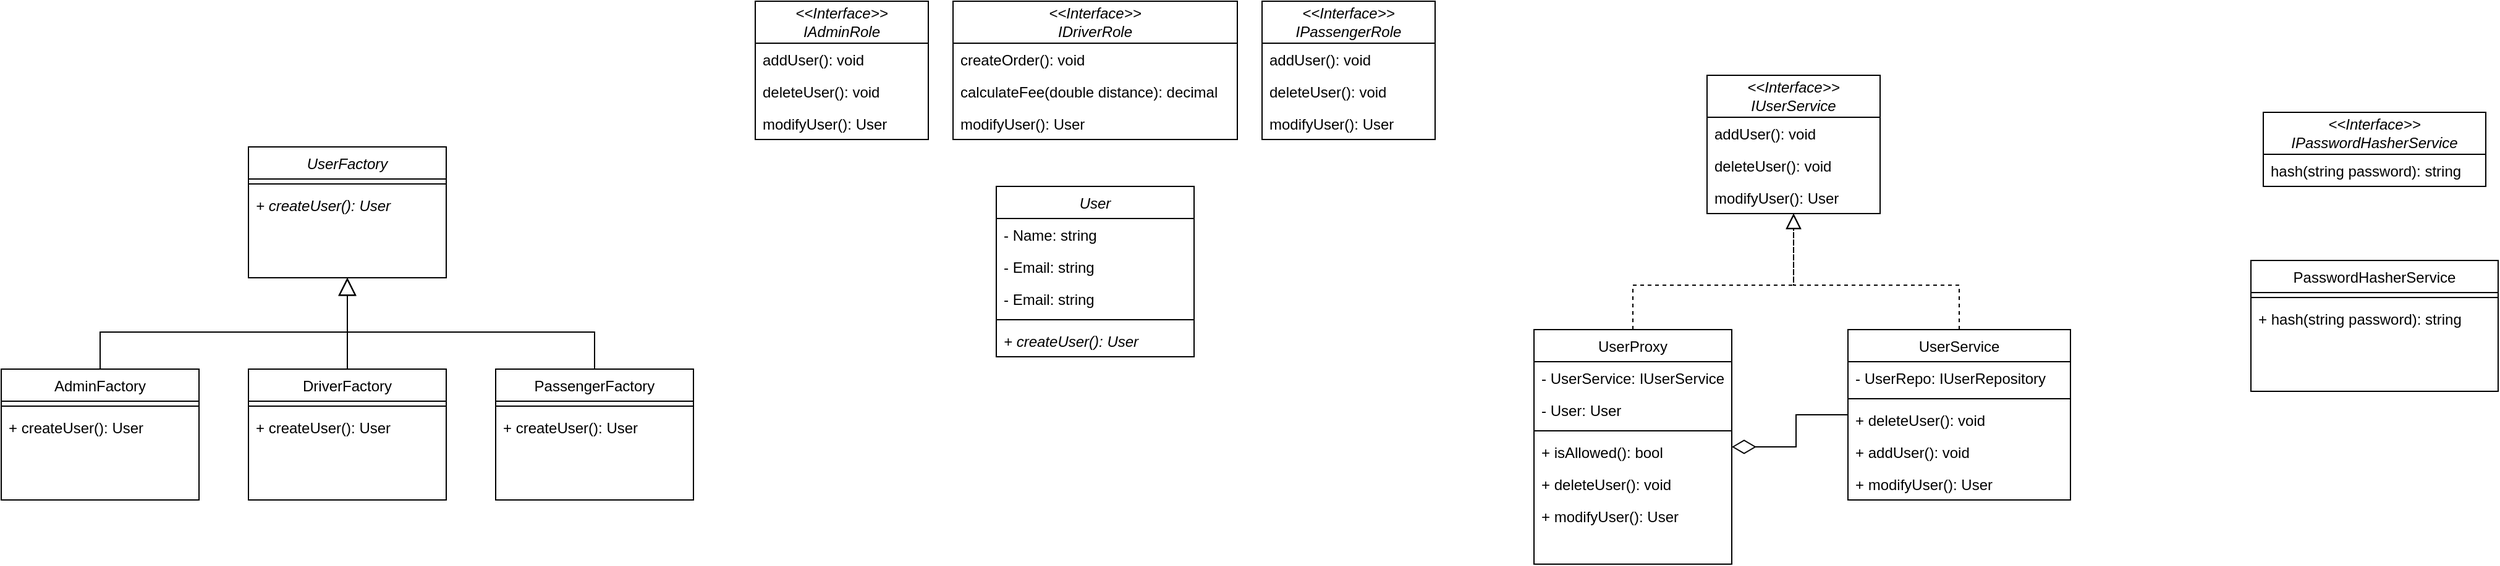
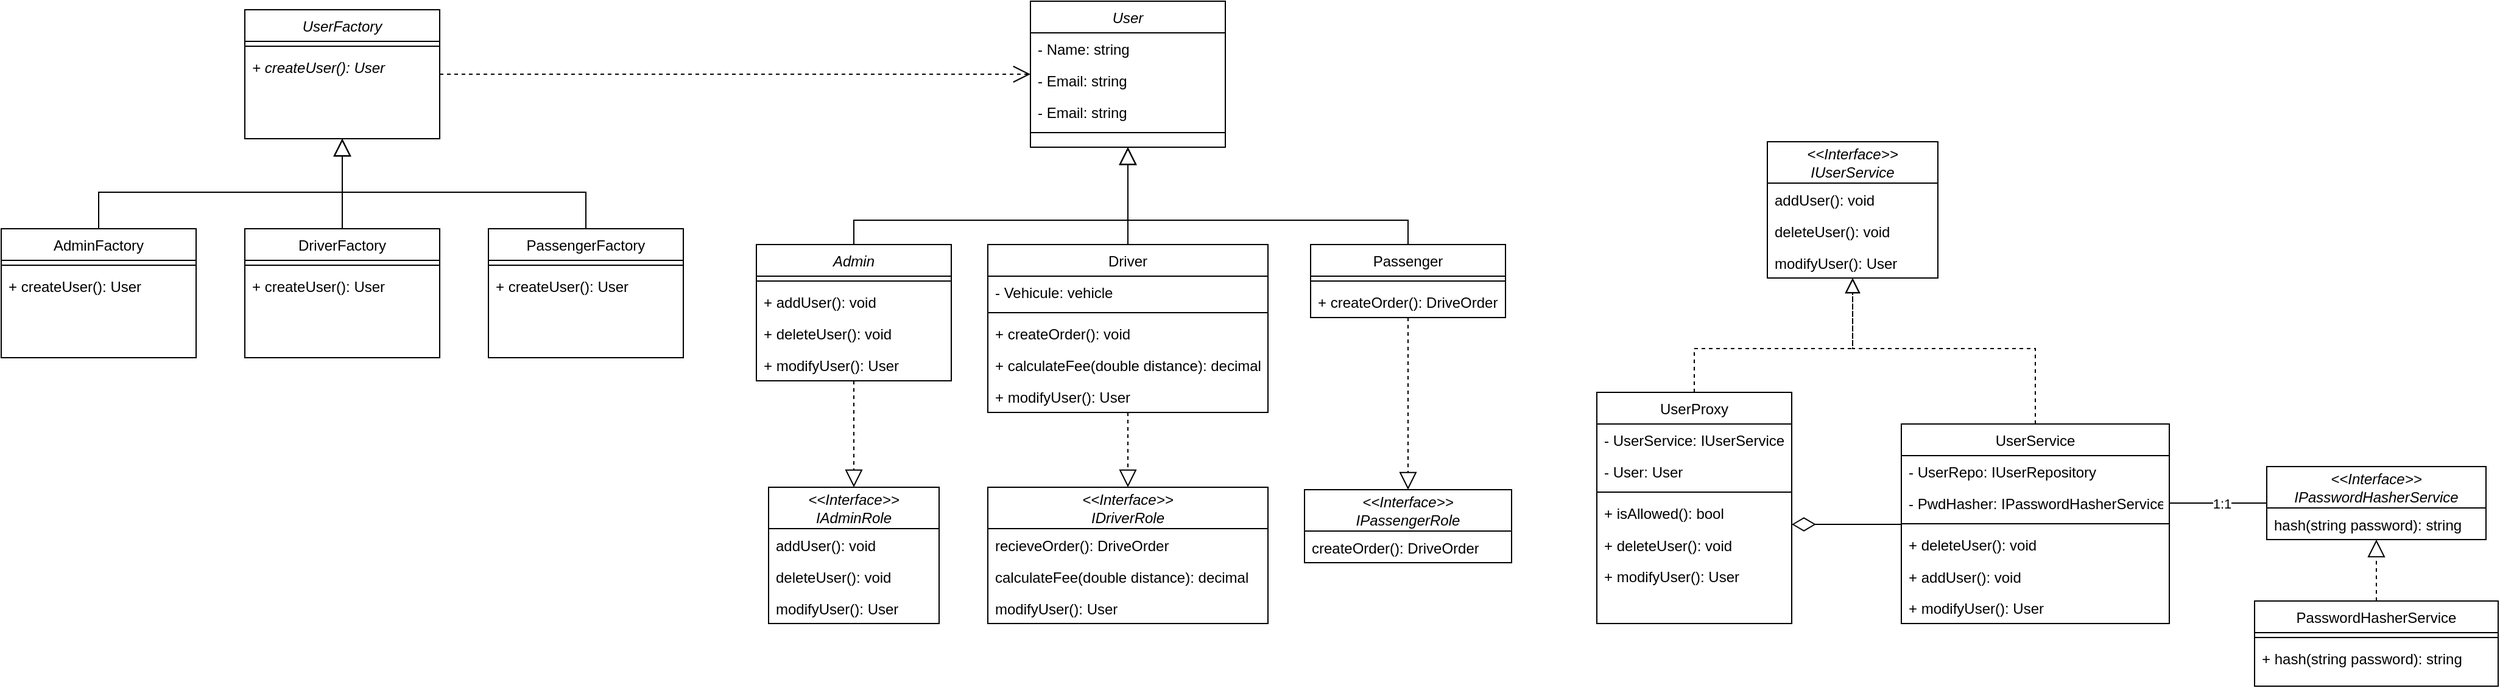
<mxfile host="app.diagrams.net" agent="Mozilla/5.0 (Windows NT 10.0; Win64; x64) AppleWebKit/537.36 (KHTML, like Gecko) Chrome/146.0.0.0 Safari/537.36">
  <diagram id="C5RBs43oDa-KdzZeNtuy" name="Page-1">
-     <mxGraphModel dx="3714" dy="1160" grid="1" gridSize="10" guides="1" tooltips="1" connect="1" arrows="1" fold="1" page="1" pageScale="1" pageWidth="827" pageHeight="1169" math="0" shadow="0">
+     <mxGraphModel dx="3714" dy="1068" grid="1" gridSize="10" guides="1" tooltips="1" connect="1" arrows="1" fold="1" page="1" pageScale="1" pageWidth="827" pageHeight="1169" math="0" shadow="0">
      <root>
        <mxCell id="WIyWlLk6GJQsqaUBKTNV-0" />
        <mxCell id="WIyWlLk6GJQsqaUBKTNV-1" parent="WIyWlLk6GJQsqaUBKTNV-0" />
        <mxCell id="_62GNf519FxYAiTIDluk-24" edge="1" parent="WIyWlLk6GJQsqaUBKTNV-1" source="zkfFHV4jXpPFQw0GAbJ--6" style="edgeStyle=orthogonalEdgeStyle;rounded=0;orthogonalLoop=1;jettySize=auto;html=1;startArrow=diamondThin;startFill=0;endArrow=none;endFill=0;startSize=17;" target="zkfFHV4jXpPFQw0GAbJ--13">
-           <mxGeometry relative="1" as="geometry" />
+           <mxGeometry relative="1" as="geometry">
+             <Array as="points">
+               <mxPoint x="610" y="430" />
+               <mxPoint x="610" y="430" />
+             </Array>
+           </mxGeometry>
        </mxCell>
        <mxCell id="zkfFHV4jXpPFQw0GAbJ--6" parent="WIyWlLk6GJQsqaUBKTNV-1" style="swimlane;fontStyle=0;align=center;verticalAlign=top;childLayout=stackLayout;horizontal=1;startSize=26;horizontalStack=0;resizeParent=1;resizeLast=0;collapsible=1;marginBottom=0;rounded=0;shadow=0;strokeWidth=1;" value="UserProxy" vertex="1">
-           <mxGeometry height="190" width="160" x="340" y="296" as="geometry">
+           <mxGeometry height="190" width="160" x="410" y="321.5" as="geometry">
            <mxRectangle height="26" width="160" x="130" y="380" as="alternateBounds" />
          </mxGeometry>
        </mxCell>
        <mxCell id="zkfFHV4jXpPFQw0GAbJ--7" parent="zkfFHV4jXpPFQw0GAbJ--6" style="text;align=left;verticalAlign=top;spacingLeft=4;spacingRight=4;overflow=hidden;rotatable=0;points=[[0,0.5],[1,0.5]];portConstraint=eastwest;" value="- UserService: IUserService" vertex="1">
          <mxGeometry height="26" width="160" y="26" as="geometry" />
        </mxCell>
        <mxCell id="_62GNf519FxYAiTIDluk-8" parent="zkfFHV4jXpPFQw0GAbJ--6" style="text;align=left;verticalAlign=top;spacingLeft=4;spacingRight=4;overflow=hidden;rotatable=0;points=[[0,0.5],[1,0.5]];portConstraint=eastwest;" value="- User: User" vertex="1">
          <mxGeometry height="26" width="160" y="52" as="geometry" />
        </mxCell>
        <mxCell id="zkfFHV4jXpPFQw0GAbJ--9" parent="zkfFHV4jXpPFQw0GAbJ--6" style="line;html=1;strokeWidth=1;align=left;verticalAlign=middle;spacingTop=-1;spacingLeft=3;spacingRight=3;rotatable=0;labelPosition=right;points=[];portConstraint=eastwest;" value="" vertex="1">
          <mxGeometry height="8" width="160" y="78" as="geometry" />
        </mxCell>
        <mxCell id="zkfFHV4jXpPFQw0GAbJ--11" parent="zkfFHV4jXpPFQw0GAbJ--6" style="text;align=left;verticalAlign=top;spacingLeft=4;spacingRight=4;overflow=hidden;rotatable=0;points=[[0,0.5],[1,0.5]];portConstraint=eastwest;" value="+ isAllowed(): bool" vertex="1">
          <mxGeometry height="26" width="160" y="86" as="geometry" />
        </mxCell>
        <mxCell id="_62GNf519FxYAiTIDluk-10" parent="zkfFHV4jXpPFQw0GAbJ--6" style="text;strokeColor=none;fillColor=none;align=left;verticalAlign=top;spacingLeft=4;spacingRight=4;overflow=hidden;rotatable=0;points=[[0,0.5],[1,0.5]];portConstraint=eastwest;whiteSpace=wrap;html=1;" value="+ deleteUser(): void" vertex="1">
          <mxGeometry height="26" width="160" y="112" as="geometry" />
        </mxCell>
        <mxCell id="_62GNf519FxYAiTIDluk-12" parent="zkfFHV4jXpPFQw0GAbJ--6" style="text;align=left;verticalAlign=top;spacingLeft=4;spacingRight=4;overflow=hidden;rotatable=0;points=[[0,0.5],[1,0.5]];portConstraint=eastwest;" value="+ modifyUser(): User" vertex="1">
          <mxGeometry height="26" width="160" y="138" as="geometry" />
        </mxCell>
        <mxCell id="zkfFHV4jXpPFQw0GAbJ--12" edge="1" parent="WIyWlLk6GJQsqaUBKTNV-1" source="zkfFHV4jXpPFQw0GAbJ--6" style="endArrow=block;endSize=10;endFill=0;shadow=0;strokeWidth=1;rounded=0;curved=0;edgeStyle=elbowEdgeStyle;elbow=vertical;dashed=1;" target="_62GNf519FxYAiTIDluk-0" value="">
          <mxGeometry relative="1" width="160" as="geometry">
            <Array as="points">
-               <mxPoint x="550" y="260" />
-               <mxPoint x="550" y="280" />
-             </Array>
-             <mxPoint x="470" y="173" as="sourcePoint" />
-             <mxPoint x="550" y="232" as="targetPoint" />
+               <mxPoint x="620" y="285.5" />
+               <mxPoint x="620" y="305.5" />
+             </Array>
+             <mxPoint x="540" y="198.5" as="sourcePoint" />
+             <mxPoint x="620" y="257.5" as="targetPoint" />
          </mxGeometry>
        </mxCell>
        <mxCell id="zkfFHV4jXpPFQw0GAbJ--13" parent="WIyWlLk6GJQsqaUBKTNV-1" style="swimlane;fontStyle=0;align=center;verticalAlign=top;childLayout=stackLayout;horizontal=1;startSize=26;horizontalStack=0;resizeParent=1;resizeLast=0;collapsible=1;marginBottom=0;rounded=0;shadow=0;strokeWidth=1;" value="UserService" vertex="1">
-           <mxGeometry height="138" width="180" x="594" y="296" as="geometry">
+           <mxGeometry height="164" width="220" x="660" y="347.5" as="geometry">
            <mxRectangle height="26" width="170" x="340" y="380" as="alternateBounds" />
          </mxGeometry>
        </mxCell>
-         <mxCell id="zkfFHV4jXpPFQw0GAbJ--14" parent="zkfFHV4jXpPFQw0GAbJ--13" style="text;align=left;verticalAlign=top;spacingLeft=4;spacingRight=4;overflow=hidden;rotatable=0;points=[[0,0.5],[1,0.5]];portConstraint=eastwest;" value="- UserRepo: IUserRepository" vertex="1">
-           <mxGeometry height="26" width="180" y="26" as="geometry" />
+         <mxCell id="jgOOzQi-sakMZ-fJ_ZDo-47" parent="zkfFHV4jXpPFQw0GAbJ--13" style="text;align=left;verticalAlign=top;spacingLeft=4;spacingRight=4;overflow=hidden;rotatable=0;points=[[0,0.5],[1,0.5]];portConstraint=eastwest;" value="- UserRepo: IUserRepository" vertex="1">
+           <mxGeometry height="26" width="220" y="26" as="geometry" />
+         </mxCell>
+         <mxCell id="zkfFHV4jXpPFQw0GAbJ--14" parent="zkfFHV4jXpPFQw0GAbJ--13" style="text;align=left;verticalAlign=top;spacingLeft=4;spacingRight=4;overflow=hidden;rotatable=0;points=[[0,0.5],[1,0.5]];portConstraint=eastwest;" value="- PwdHasher: IPasswordHasherService" vertex="1">
+           <mxGeometry height="26" width="220" y="52" as="geometry" />
        </mxCell>
        <mxCell id="zkfFHV4jXpPFQw0GAbJ--15" parent="zkfFHV4jXpPFQw0GAbJ--13" style="line;html=1;strokeWidth=1;align=left;verticalAlign=middle;spacingTop=-1;spacingLeft=3;spacingRight=3;rotatable=0;labelPosition=right;points=[];portConstraint=eastwest;" value="" vertex="1">
-           <mxGeometry height="8" width="180" y="52" as="geometry" />
+           <mxGeometry height="8" width="220" y="78" as="geometry" />
        </mxCell>
        <mxCell id="_62GNf519FxYAiTIDluk-5" parent="zkfFHV4jXpPFQw0GAbJ--13" style="text;align=left;verticalAlign=top;spacingLeft=4;spacingRight=4;overflow=hidden;rotatable=0;points=[[0,0.5],[1,0.5]];portConstraint=eastwest;" value="+ deleteUser(): void" vertex="1">
-           <mxGeometry height="26" width="180" y="60" as="geometry" />
+           <mxGeometry height="26" width="220" y="86" as="geometry" />
        </mxCell>
        <mxCell id="_62GNf519FxYAiTIDluk-30" parent="zkfFHV4jXpPFQw0GAbJ--13" style="text;strokeColor=none;fillColor=none;align=left;verticalAlign=top;spacingLeft=4;spacingRight=4;overflow=hidden;rotatable=0;points=[[0,0.5],[1,0.5]];portConstraint=eastwest;whiteSpace=wrap;html=1;" value="+ addUser(): void" vertex="1">
-           <mxGeometry height="26" width="180" y="86" as="geometry" />
+           <mxGeometry height="26" width="220" y="112" as="geometry" />
        </mxCell>
        <mxCell id="_62GNf519FxYAiTIDluk-6" parent="zkfFHV4jXpPFQw0GAbJ--13" style="text;align=left;verticalAlign=top;spacingLeft=4;spacingRight=4;overflow=hidden;rotatable=0;points=[[0,0.5],[1,0.5]];portConstraint=eastwest;" value="+ modifyUser(): User" vertex="1">
-           <mxGeometry height="26" width="180" y="112" as="geometry" />
+           <mxGeometry height="26" width="220" y="138" as="geometry" />
        </mxCell>
        <mxCell id="zkfFHV4jXpPFQw0GAbJ--16" edge="1" parent="WIyWlLk6GJQsqaUBKTNV-1" source="zkfFHV4jXpPFQw0GAbJ--13" style="endArrow=block;endSize=10;endFill=0;shadow=0;strokeWidth=1;rounded=0;curved=0;edgeStyle=elbowEdgeStyle;elbow=vertical;dashed=1;" target="_62GNf519FxYAiTIDluk-0" value="">
          <mxGeometry relative="1" width="160" as="geometry">
            <Array as="points">
-               <mxPoint x="550" y="260" />
-             </Array>
-             <mxPoint x="480" y="343" as="sourcePoint" />
-             <mxPoint x="550" y="232" as="targetPoint" />
+               <mxPoint x="620" y="285.5" />
+             </Array>
+             <mxPoint x="550" y="368.5" as="sourcePoint" />
+             <mxPoint x="620" y="257.5" as="targetPoint" />
          </mxGeometry>
        </mxCell>
        <mxCell id="_62GNf519FxYAiTIDluk-0" parent="WIyWlLk6GJQsqaUBKTNV-1" style="swimlane;fontStyle=0;childLayout=stackLayout;horizontal=1;startSize=34;fillColor=none;horizontalStack=0;resizeParent=1;resizeParentMax=0;resizeLast=0;collapsible=1;marginBottom=0;whiteSpace=wrap;html=1;" value="&lt;div&gt;&lt;i&gt;&amp;lt;&amp;lt;Interface&amp;gt;&amp;gt;&lt;/i&gt;&lt;/div&gt;&lt;i&gt;IUserService&lt;/i&gt;" vertex="1">
-           <mxGeometry height="112" width="140" x="480" y="90" as="geometry" />
+           <mxGeometry height="112" width="140" x="550" y="115.5" as="geometry" />
        </mxCell>
        <mxCell id="_62GNf519FxYAiTIDluk-25" parent="_62GNf519FxYAiTIDluk-0" style="text;strokeColor=none;fillColor=none;align=left;verticalAlign=top;spacingLeft=4;spacingRight=4;overflow=hidden;rotatable=0;points=[[0,0.5],[1,0.5]];portConstraint=eastwest;whiteSpace=wrap;html=1;" value="addUser(): void" vertex="1">
          <mxGeometry height="26" width="140" y="34" as="geometry" />
        </mxCell>
        <mxCell id="_62GNf519FxYAiTIDluk-1" parent="_62GNf519FxYAiTIDluk-0" style="text;strokeColor=none;fillColor=none;align=left;verticalAlign=top;spacingLeft=4;spacingRight=4;overflow=hidden;rotatable=0;points=[[0,0.5],[1,0.5]];portConstraint=eastwest;whiteSpace=wrap;html=1;" value="deleteUser(): void" vertex="1">
          <mxGeometry height="26" width="140" y="60" as="geometry" />
        </mxCell>
        <mxCell id="_62GNf519FxYAiTIDluk-3" parent="_62GNf519FxYAiTIDluk-0" style="text;strokeColor=none;fillColor=none;align=left;verticalAlign=top;spacingLeft=4;spacingRight=4;overflow=hidden;rotatable=0;points=[[0,0.5],[1,0.5]];portConstraint=eastwest;whiteSpace=wrap;html=1;" value="modifyUser(): User" vertex="1">
          <mxGeometry height="26" width="140" y="86" as="geometry" />
        </mxCell>
+         <mxCell id="jgOOzQi-sakMZ-fJ_ZDo-43" edge="1" parent="WIyWlLk6GJQsqaUBKTNV-1" source="_62GNf519FxYAiTIDluk-13" style="edgeStyle=orthogonalEdgeStyle;rounded=0;orthogonalLoop=1;jettySize=auto;html=1;endArrow=open;endFill=0;endSize=12;dashed=1;" target="87FmYJl_rebG3nU3hTez-30">
+           <mxGeometry relative="1" as="geometry" />
+         </mxCell>
        <mxCell id="_62GNf519FxYAiTIDluk-13" parent="WIyWlLk6GJQsqaUBKTNV-1" style="swimlane;fontStyle=2;align=center;verticalAlign=top;childLayout=stackLayout;horizontal=1;startSize=26;horizontalStack=0;resizeParent=1;resizeLast=0;collapsible=1;marginBottom=0;rounded=0;shadow=0;strokeWidth=1;" value="UserFactory" vertex="1">
-           <mxGeometry height="106" width="160" x="-700" y="148" as="geometry">
+           <mxGeometry height="106" width="160" x="-700" y="7" as="geometry">
            <mxRectangle height="26" width="160" x="130" y="380" as="alternateBounds" />
          </mxGeometry>
        </mxCell>
        <mxCell id="_62GNf519FxYAiTIDluk-16" parent="_62GNf519FxYAiTIDluk-13" style="line;html=1;strokeWidth=1;align=left;verticalAlign=middle;spacingTop=-1;spacingLeft=3;spacingRight=3;rotatable=0;labelPosition=right;points=[];portConstraint=eastwest;" value="" vertex="1">
          <mxGeometry height="8" width="160" y="26" as="geometry" />
        </mxCell>
        <mxCell id="_62GNf519FxYAiTIDluk-20" parent="_62GNf519FxYAiTIDluk-13" style="text;align=left;verticalAlign=top;spacingLeft=4;spacingRight=4;overflow=hidden;rotatable=0;points=[[0,0.5],[1,0.5]];portConstraint=eastwest;fontStyle=2" value="+ createUser(): User" vertex="1">
          <mxGeometry height="26" width="160" y="34" as="geometry" />
        </mxCell>
        <mxCell id="87FmYJl_rebG3nU3hTez-10" edge="1" parent="WIyWlLk6GJQsqaUBKTNV-1" source="87FmYJl_rebG3nU3hTez-1" style="edgeStyle=orthogonalEdgeStyle;rounded=0;orthogonalLoop=1;jettySize=auto;html=1;endArrow=block;endFill=0;endSize=12;" target="_62GNf519FxYAiTIDluk-13">
          <mxGeometry relative="1" as="geometry">
            <Array as="points">
-               <mxPoint x="-820" y="298" />
-               <mxPoint x="-620" y="298" />
+               <mxPoint x="-820" y="157" />
+               <mxPoint x="-620" y="157" />
            </Array>
          </mxGeometry>
        </mxCell>
        <mxCell id="87FmYJl_rebG3nU3hTez-1" parent="WIyWlLk6GJQsqaUBKTNV-1" style="swimlane;fontStyle=0;align=center;verticalAlign=top;childLayout=stackLayout;horizontal=1;startSize=26;horizontalStack=0;resizeParent=1;resizeLast=0;collapsible=1;marginBottom=0;rounded=0;shadow=0;strokeWidth=1;" value="AdminFactory" vertex="1">
-           <mxGeometry height="106" width="160" x="-900" y="328" as="geometry">
+           <mxGeometry height="106" width="160" x="-900" y="187" as="geometry">
            <mxRectangle height="26" width="160" x="130" y="380" as="alternateBounds" />
          </mxGeometry>
        </mxCell>
        <mxCell id="87FmYJl_rebG3nU3hTez-2" parent="87FmYJl_rebG3nU3hTez-1" style="line;html=1;strokeWidth=1;align=left;verticalAlign=middle;spacingTop=-1;spacingLeft=3;spacingRight=3;rotatable=0;labelPosition=right;points=[];portConstraint=eastwest;" value="" vertex="1">
          <mxGeometry height="8" width="160" y="26" as="geometry" />
        </mxCell>
        <mxCell id="87FmYJl_rebG3nU3hTez-3" parent="87FmYJl_rebG3nU3hTez-1" style="text;align=left;verticalAlign=top;spacingLeft=4;spacingRight=4;overflow=hidden;rotatable=0;points=[[0,0.5],[1,0.5]];portConstraint=eastwest;fontStyle=0" value="+ createUser(): User" vertex="1">
          <mxGeometry height="26" width="160" y="34" as="geometry" />
        </mxCell>
        <mxCell id="87FmYJl_rebG3nU3hTez-11" edge="1" parent="WIyWlLk6GJQsqaUBKTNV-1" source="87FmYJl_rebG3nU3hTez-4" style="edgeStyle=orthogonalEdgeStyle;rounded=0;orthogonalLoop=1;jettySize=auto;html=1;endArrow=block;endFill=0;endSize=12;" target="_62GNf519FxYAiTIDluk-13">
          <mxGeometry relative="1" as="geometry" />
        </mxCell>
        <mxCell id="87FmYJl_rebG3nU3hTez-4" parent="WIyWlLk6GJQsqaUBKTNV-1" style="swimlane;fontStyle=0;align=center;verticalAlign=top;childLayout=stackLayout;horizontal=1;startSize=26;horizontalStack=0;resizeParent=1;resizeLast=0;collapsible=1;marginBottom=0;rounded=0;shadow=0;strokeWidth=1;" value="DriverFactory" vertex="1">
-           <mxGeometry height="106" width="160" x="-700" y="328" as="geometry">
+           <mxGeometry height="106" width="160" x="-700" y="187" as="geometry">
            <mxRectangle height="26" width="160" x="130" y="380" as="alternateBounds" />
          </mxGeometry>
        </mxCell>
        <mxCell id="87FmYJl_rebG3nU3hTez-5" parent="87FmYJl_rebG3nU3hTez-4" style="line;html=1;strokeWidth=1;align=left;verticalAlign=middle;spacingTop=-1;spacingLeft=3;spacingRight=3;rotatable=0;labelPosition=right;points=[];portConstraint=eastwest;" value="" vertex="1">
          <mxGeometry height="8" width="160" y="26" as="geometry" />
        </mxCell>
        <mxCell id="87FmYJl_rebG3nU3hTez-6" parent="87FmYJl_rebG3nU3hTez-4" style="text;align=left;verticalAlign=top;spacingLeft=4;spacingRight=4;overflow=hidden;rotatable=0;points=[[0,0.5],[1,0.5]];portConstraint=eastwest;fontStyle=0" value="+ createUser(): User" vertex="1">
          <mxGeometry height="26" width="160" y="34" as="geometry" />
        </mxCell>
        <mxCell id="87FmYJl_rebG3nU3hTez-12" edge="1" parent="WIyWlLk6GJQsqaUBKTNV-1" source="87FmYJl_rebG3nU3hTez-7" style="edgeStyle=orthogonalEdgeStyle;rounded=0;orthogonalLoop=1;jettySize=auto;html=1;endArrow=block;endFill=0;endSize=12;" target="_62GNf519FxYAiTIDluk-13">
          <mxGeometry relative="1" as="geometry">
            <Array as="points">
-               <mxPoint x="-420" y="298" />
-               <mxPoint x="-620" y="298" />
+               <mxPoint x="-420" y="157" />
+               <mxPoint x="-620" y="157" />
            </Array>
          </mxGeometry>
        </mxCell>
        <mxCell id="87FmYJl_rebG3nU3hTez-7" parent="WIyWlLk6GJQsqaUBKTNV-1" style="swimlane;fontStyle=0;align=center;verticalAlign=top;childLayout=stackLayout;horizontal=1;startSize=26;horizontalStack=0;resizeParent=1;resizeLast=0;collapsible=1;marginBottom=0;rounded=0;shadow=0;strokeWidth=1;" value="PassengerFactory" vertex="1">
-           <mxGeometry height="106" width="160" x="-500" y="328" as="geometry">
+           <mxGeometry height="106" width="160" x="-500" y="187" as="geometry">
            <mxRectangle height="26" width="160" x="130" y="380" as="alternateBounds" />
          </mxGeometry>
        </mxCell>
        <mxCell id="87FmYJl_rebG3nU3hTez-8" parent="87FmYJl_rebG3nU3hTez-7" style="line;html=1;strokeWidth=1;align=left;verticalAlign=middle;spacingTop=-1;spacingLeft=3;spacingRight=3;rotatable=0;labelPosition=right;points=[];portConstraint=eastwest;" value="" vertex="1">
          <mxGeometry height="8" width="160" y="26" as="geometry" />
        </mxCell>
        <mxCell id="87FmYJl_rebG3nU3hTez-9" parent="87FmYJl_rebG3nU3hTez-7" style="text;align=left;verticalAlign=top;spacingLeft=4;spacingRight=4;overflow=hidden;rotatable=0;points=[[0,0.5],[1,0.5]];portConstraint=eastwest;fontStyle=0" value="+ createUser(): User" vertex="1">
          <mxGeometry height="26" width="160" y="34" as="geometry" />
        </mxCell>
        <mxCell id="87FmYJl_rebG3nU3hTez-17" parent="WIyWlLk6GJQsqaUBKTNV-1" style="swimlane;fontStyle=0;childLayout=stackLayout;horizontal=1;startSize=34;fillColor=none;horizontalStack=0;resizeParent=1;resizeParentMax=0;resizeLast=0;collapsible=1;marginBottom=0;whiteSpace=wrap;html=1;" value="&lt;div&gt;&lt;i&gt;&amp;lt;&amp;lt;Interface&amp;gt;&amp;gt;&lt;/i&gt;&lt;/div&gt;&lt;i&gt;IAdminRole&lt;/i&gt;" vertex="1">
-           <mxGeometry height="112" width="140" x="-290" y="30" as="geometry" />
+           <mxGeometry height="112" width="140" x="-270" y="399.5" as="geometry" />
        </mxCell>
        <mxCell id="87FmYJl_rebG3nU3hTez-18" parent="87FmYJl_rebG3nU3hTez-17" style="text;strokeColor=none;fillColor=none;align=left;verticalAlign=top;spacingLeft=4;spacingRight=4;overflow=hidden;rotatable=0;points=[[0,0.5],[1,0.5]];portConstraint=eastwest;whiteSpace=wrap;html=1;" value="addUser(): void" vertex="1">
          <mxGeometry height="26" width="140" y="34" as="geometry" />
        </mxCell>
        <mxCell id="87FmYJl_rebG3nU3hTez-19" parent="87FmYJl_rebG3nU3hTez-17" style="text;strokeColor=none;fillColor=none;align=left;verticalAlign=top;spacingLeft=4;spacingRight=4;overflow=hidden;rotatable=0;points=[[0,0.5],[1,0.5]];portConstraint=eastwest;whiteSpace=wrap;html=1;" value="deleteUser(): void" vertex="1">
          <mxGeometry height="26" width="140" y="60" as="geometry" />
        </mxCell>
        <mxCell id="87FmYJl_rebG3nU3hTez-20" parent="87FmYJl_rebG3nU3hTez-17" style="text;strokeColor=none;fillColor=none;align=left;verticalAlign=top;spacingLeft=4;spacingRight=4;overflow=hidden;rotatable=0;points=[[0,0.5],[1,0.5]];portConstraint=eastwest;whiteSpace=wrap;html=1;" value="modifyUser(): User" vertex="1">
          <mxGeometry height="26" width="140" y="86" as="geometry" />
        </mxCell>
        <mxCell id="87FmYJl_rebG3nU3hTez-22" parent="WIyWlLk6GJQsqaUBKTNV-1" style="swimlane;fontStyle=0;childLayout=stackLayout;horizontal=1;startSize=34;fillColor=none;horizontalStack=0;resizeParent=1;resizeParentMax=0;resizeLast=0;collapsible=1;marginBottom=0;whiteSpace=wrap;html=1;" value="&lt;div&gt;&lt;i&gt;&amp;lt;&amp;lt;Interface&amp;gt;&amp;gt;&lt;/i&gt;&lt;/div&gt;&lt;i&gt;IDriverRole&lt;/i&gt;" vertex="1">
-           <mxGeometry height="112" width="230" x="-130" y="30" as="geometry" />
-         </mxCell>
-         <mxCell id="87FmYJl_rebG3nU3hTez-23" parent="87FmYJl_rebG3nU3hTez-22" style="text;strokeColor=none;fillColor=none;align=left;verticalAlign=top;spacingLeft=4;spacingRight=4;overflow=hidden;rotatable=0;points=[[0,0.5],[1,0.5]];portConstraint=eastwest;whiteSpace=wrap;html=1;" value="createOrder(): void" vertex="1">
+           <mxGeometry height="112" width="230" x="-90" y="399.5" as="geometry" />
+         </mxCell>
+         <mxCell id="87FmYJl_rebG3nU3hTez-23" parent="87FmYJl_rebG3nU3hTez-22" style="text;strokeColor=none;fillColor=none;align=left;verticalAlign=top;spacingLeft=4;spacingRight=4;overflow=hidden;rotatable=0;points=[[0,0.5],[1,0.5]];portConstraint=eastwest;whiteSpace=wrap;html=1;" value="recieveOrder(): DriveOrder" vertex="1">
          <mxGeometry height="26" width="230" y="34" as="geometry" />
        </mxCell>
        <mxCell id="87FmYJl_rebG3nU3hTez-24" parent="87FmYJl_rebG3nU3hTez-22" style="text;strokeColor=none;fillColor=none;align=left;verticalAlign=top;spacingLeft=4;spacingRight=4;overflow=hidden;rotatable=0;points=[[0,0.5],[1,0.5]];portConstraint=eastwest;whiteSpace=wrap;html=1;" value="calculateFee(double distance): decimal" vertex="1">
          <mxGeometry height="26" width="230" y="60" as="geometry" />
        </mxCell>
        <mxCell id="87FmYJl_rebG3nU3hTez-25" parent="87FmYJl_rebG3nU3hTez-22" style="text;strokeColor=none;fillColor=none;align=left;verticalAlign=top;spacingLeft=4;spacingRight=4;overflow=hidden;rotatable=0;points=[[0,0.5],[1,0.5]];portConstraint=eastwest;whiteSpace=wrap;html=1;" value="modifyUser(): User" vertex="1">
          <mxGeometry height="26" width="230" y="86" as="geometry" />
        </mxCell>
        <mxCell id="87FmYJl_rebG3nU3hTez-26" parent="WIyWlLk6GJQsqaUBKTNV-1" style="swimlane;fontStyle=0;childLayout=stackLayout;horizontal=1;startSize=34;fillColor=none;horizontalStack=0;resizeParent=1;resizeParentMax=0;resizeLast=0;collapsible=1;marginBottom=0;whiteSpace=wrap;html=1;" value="&lt;div&gt;&lt;i&gt;&amp;lt;&amp;lt;Interface&amp;gt;&amp;gt;&lt;/i&gt;&lt;/div&gt;&lt;i&gt;IPassengerRole&lt;/i&gt;" vertex="1">
-           <mxGeometry height="112" width="140" x="120" y="30" as="geometry" />
-         </mxCell>
-         <mxCell id="87FmYJl_rebG3nU3hTez-27" parent="87FmYJl_rebG3nU3hTez-26" style="text;strokeColor=none;fillColor=none;align=left;verticalAlign=top;spacingLeft=4;spacingRight=4;overflow=hidden;rotatable=0;points=[[0,0.5],[1,0.5]];portConstraint=eastwest;whiteSpace=wrap;html=1;" value="addUser(): void" vertex="1">
-           <mxGeometry height="26" width="140" y="34" as="geometry" />
-         </mxCell>
-         <mxCell id="87FmYJl_rebG3nU3hTez-28" parent="87FmYJl_rebG3nU3hTez-26" style="text;strokeColor=none;fillColor=none;align=left;verticalAlign=top;spacingLeft=4;spacingRight=4;overflow=hidden;rotatable=0;points=[[0,0.5],[1,0.5]];portConstraint=eastwest;whiteSpace=wrap;html=1;" value="deleteUser(): void" vertex="1">
-           <mxGeometry height="26" width="140" y="60" as="geometry" />
-         </mxCell>
-         <mxCell id="87FmYJl_rebG3nU3hTez-29" parent="87FmYJl_rebG3nU3hTez-26" style="text;strokeColor=none;fillColor=none;align=left;verticalAlign=top;spacingLeft=4;spacingRight=4;overflow=hidden;rotatable=0;points=[[0,0.5],[1,0.5]];portConstraint=eastwest;whiteSpace=wrap;html=1;" value="modifyUser(): User" vertex="1">
-           <mxGeometry height="26" width="140" y="86" as="geometry" />
+           <mxGeometry height="60" width="170" x="170" y="401.5" as="geometry" />
+         </mxCell>
+         <mxCell id="jgOOzQi-sakMZ-fJ_ZDo-26" parent="87FmYJl_rebG3nU3hTez-26" style="text;strokeColor=none;fillColor=none;align=left;verticalAlign=top;spacingLeft=4;spacingRight=4;overflow=hidden;rotatable=0;points=[[0,0.5],[1,0.5]];portConstraint=eastwest;whiteSpace=wrap;html=1;" value="createOrder(): DriveOrder" vertex="1">
+           <mxGeometry height="26" width="170" y="34" as="geometry" />
        </mxCell>
        <mxCell id="87FmYJl_rebG3nU3hTez-30" parent="WIyWlLk6GJQsqaUBKTNV-1" style="swimlane;fontStyle=2;align=center;verticalAlign=top;childLayout=stackLayout;horizontal=1;startSize=26;horizontalStack=0;resizeParent=1;resizeLast=0;collapsible=1;marginBottom=0;rounded=0;shadow=0;strokeWidth=1;" value="User" vertex="1">
-           <mxGeometry height="138" width="160" x="-95" y="180" as="geometry">
+           <mxGeometry height="120" width="160" x="-55" as="geometry">
            <mxRectangle height="26" width="160" x="130" y="380" as="alternateBounds" />
          </mxGeometry>
        </mxCell>
        <mxCell id="87FmYJl_rebG3nU3hTez-33" parent="87FmYJl_rebG3nU3hTez-30" style="text;align=left;verticalAlign=top;spacingLeft=4;spacingRight=4;overflow=hidden;rotatable=0;points=[[0,0.5],[1,0.5]];portConstraint=eastwest;fontStyle=0" value="- Name: string" vertex="1">
          <mxGeometry height="26" width="160" y="26" as="geometry" />
        </mxCell>
        <mxCell id="87FmYJl_rebG3nU3hTez-35" parent="87FmYJl_rebG3nU3hTez-30" style="text;align=left;verticalAlign=top;spacingLeft=4;spacingRight=4;overflow=hidden;rotatable=0;points=[[0,0.5],[1,0.5]];portConstraint=eastwest;fontStyle=0" value="- Email: string" vertex="1">
          <mxGeometry height="26" width="160" y="52" as="geometry" />
        </mxCell>
        <mxCell id="87FmYJl_rebG3nU3hTez-36" parent="87FmYJl_rebG3nU3hTez-30" style="text;align=left;verticalAlign=top;spacingLeft=4;spacingRight=4;overflow=hidden;rotatable=0;points=[[0,0.5],[1,0.5]];portConstraint=eastwest;fontStyle=0" value="- Email: string" vertex="1">
          <mxGeometry height="26" width="160" y="78" as="geometry" />
        </mxCell>
        <mxCell id="87FmYJl_rebG3nU3hTez-31" parent="87FmYJl_rebG3nU3hTez-30" style="line;html=1;strokeWidth=1;align=left;verticalAlign=middle;spacingTop=-1;spacingLeft=3;spacingRight=3;rotatable=0;labelPosition=right;points=[];portConstraint=eastwest;" value="" vertex="1">
          <mxGeometry height="8" width="160" y="104" as="geometry" />
        </mxCell>
-         <mxCell id="87FmYJl_rebG3nU3hTez-32" parent="87FmYJl_rebG3nU3hTez-30" style="text;align=left;verticalAlign=top;spacingLeft=4;spacingRight=4;overflow=hidden;rotatable=0;points=[[0,0.5],[1,0.5]];portConstraint=eastwest;fontStyle=2" value="+ createUser(): User" vertex="1">
-           <mxGeometry height="26" width="160" y="112" as="geometry" />
-         </mxCell>
        <mxCell id="87FmYJl_rebG3nU3hTez-37" parent="WIyWlLk6GJQsqaUBKTNV-1" style="swimlane;fontStyle=0;childLayout=stackLayout;horizontal=1;startSize=34;fillColor=none;horizontalStack=0;resizeParent=1;resizeParentMax=0;resizeLast=0;collapsible=1;marginBottom=0;whiteSpace=wrap;html=1;" value="&lt;div&gt;&lt;i&gt;&amp;lt;&amp;lt;Interface&amp;gt;&amp;gt;&lt;/i&gt;&lt;/div&gt;&lt;i&gt;IPasswordHasherService&lt;/i&gt;" vertex="1">
-           <mxGeometry height="60" width="180" x="930" y="120" as="geometry" />
+           <mxGeometry height="60" width="180" x="960" y="382.5" as="geometry" />
        </mxCell>
        <mxCell id="87FmYJl_rebG3nU3hTez-38" parent="87FmYJl_rebG3nU3hTez-37" style="text;strokeColor=none;fillColor=none;align=left;verticalAlign=top;spacingLeft=4;spacingRight=4;overflow=hidden;rotatable=0;points=[[0,0.5],[1,0.5]];portConstraint=eastwest;whiteSpace=wrap;html=1;" value="hash(string password): string" vertex="1">
          <mxGeometry height="26" width="180" y="34" as="geometry" />
        </mxCell>
+         <mxCell id="jgOOzQi-sakMZ-fJ_ZDo-45" edge="1" parent="WIyWlLk6GJQsqaUBKTNV-1" source="87FmYJl_rebG3nU3hTez-44" style="edgeStyle=orthogonalEdgeStyle;rounded=0;orthogonalLoop=1;jettySize=auto;html=1;endSize=12;endArrow=block;endFill=0;dashed=1;" target="87FmYJl_rebG3nU3hTez-37">
+           <mxGeometry relative="1" as="geometry" />
+         </mxCell>
        <mxCell id="87FmYJl_rebG3nU3hTez-44" parent="WIyWlLk6GJQsqaUBKTNV-1" style="swimlane;fontStyle=0;align=center;verticalAlign=top;childLayout=stackLayout;horizontal=1;startSize=26;horizontalStack=0;resizeParent=1;resizeLast=0;collapsible=1;marginBottom=0;rounded=0;shadow=0;strokeWidth=1;" value="PasswordHasherService" vertex="1">
-           <mxGeometry height="106" width="200" x="920" y="240" as="geometry">
+           <mxGeometry height="70" width="200" x="950" y="493" as="geometry">
            <mxRectangle height="26" width="160" x="130" y="380" as="alternateBounds" />
          </mxGeometry>
        </mxCell>
        <mxCell id="87FmYJl_rebG3nU3hTez-45" parent="87FmYJl_rebG3nU3hTez-44" style="line;html=1;strokeWidth=1;align=left;verticalAlign=middle;spacingTop=-1;spacingLeft=3;spacingRight=3;rotatable=0;labelPosition=right;points=[];portConstraint=eastwest;" value="" vertex="1">
          <mxGeometry height="8" width="200" y="26" as="geometry" />
        </mxCell>
        <mxCell id="87FmYJl_rebG3nU3hTez-47" parent="87FmYJl_rebG3nU3hTez-44" style="text;strokeColor=none;fillColor=none;align=left;verticalAlign=top;spacingLeft=4;spacingRight=4;overflow=hidden;rotatable=0;points=[[0,0.5],[1,0.5]];portConstraint=eastwest;whiteSpace=wrap;html=1;" value="+ hash(string password): string" vertex="1">
          <mxGeometry height="26" width="200" y="34" as="geometry" />
+         </mxCell>
+         <mxCell id="jgOOzQi-sakMZ-fJ_ZDo-7" edge="1" parent="WIyWlLk6GJQsqaUBKTNV-1" source="jgOOzQi-sakMZ-fJ_ZDo-1" style="edgeStyle=orthogonalEdgeStyle;rounded=0;orthogonalLoop=1;jettySize=auto;html=1;endArrow=block;endFill=0;endSize=12;" target="87FmYJl_rebG3nU3hTez-30">
+           <mxGeometry relative="1" as="geometry">
+             <Array as="points">
+               <mxPoint x="-200" y="180" />
+               <mxPoint x="25" y="180" />
+             </Array>
+           </mxGeometry>
+         </mxCell>
+         <mxCell id="jgOOzQi-sakMZ-fJ_ZDo-16" edge="1" parent="WIyWlLk6GJQsqaUBKTNV-1" source="jgOOzQi-sakMZ-fJ_ZDo-1" style="edgeStyle=orthogonalEdgeStyle;rounded=0;orthogonalLoop=1;jettySize=auto;html=1;endSize=12;dashed=1;endArrow=block;endFill=0;" target="87FmYJl_rebG3nU3hTez-17">
+           <mxGeometry relative="1" as="geometry" />
+         </mxCell>
+         <mxCell id="jgOOzQi-sakMZ-fJ_ZDo-1" parent="WIyWlLk6GJQsqaUBKTNV-1" style="swimlane;fontStyle=2;align=center;verticalAlign=top;childLayout=stackLayout;horizontal=1;startSize=26;horizontalStack=0;resizeParent=1;resizeLast=0;collapsible=1;marginBottom=0;rounded=0;shadow=0;strokeWidth=1;" value="Admin" vertex="1">
+           <mxGeometry height="112" width="160" x="-280" y="200" as="geometry">
+             <mxRectangle height="26" width="160" x="130" y="380" as="alternateBounds" />
+           </mxGeometry>
+         </mxCell>
+         <mxCell id="jgOOzQi-sakMZ-fJ_ZDo-5" parent="jgOOzQi-sakMZ-fJ_ZDo-1" style="line;html=1;strokeWidth=1;align=left;verticalAlign=middle;spacingTop=-1;spacingLeft=3;spacingRight=3;rotatable=0;labelPosition=right;points=[];portConstraint=eastwest;" value="" vertex="1">
+           <mxGeometry height="8" width="160" y="26" as="geometry" />
+         </mxCell>
+         <mxCell id="jgOOzQi-sakMZ-fJ_ZDo-19" parent="jgOOzQi-sakMZ-fJ_ZDo-1" style="text;strokeColor=none;fillColor=none;align=left;verticalAlign=top;spacingLeft=4;spacingRight=4;overflow=hidden;rotatable=0;points=[[0,0.5],[1,0.5]];portConstraint=eastwest;whiteSpace=wrap;html=1;" value="+ addUser(): void" vertex="1">
+           <mxGeometry height="26" width="160" y="34" as="geometry" />
+         </mxCell>
+         <mxCell id="jgOOzQi-sakMZ-fJ_ZDo-20" parent="jgOOzQi-sakMZ-fJ_ZDo-1" style="text;strokeColor=none;fillColor=none;align=left;verticalAlign=top;spacingLeft=4;spacingRight=4;overflow=hidden;rotatable=0;points=[[0,0.5],[1,0.5]];portConstraint=eastwest;whiteSpace=wrap;html=1;" value="+ deleteUser(): void" vertex="1">
+           <mxGeometry height="26" width="160" y="60" as="geometry" />
+         </mxCell>
+         <mxCell id="jgOOzQi-sakMZ-fJ_ZDo-21" parent="jgOOzQi-sakMZ-fJ_ZDo-1" style="text;strokeColor=none;fillColor=none;align=left;verticalAlign=top;spacingLeft=4;spacingRight=4;overflow=hidden;rotatable=0;points=[[0,0.5],[1,0.5]];portConstraint=eastwest;whiteSpace=wrap;html=1;" value="+ modifyUser(): User" vertex="1">
+           <mxGeometry height="26" width="160" y="86" as="geometry" />
+         </mxCell>
+         <mxCell id="jgOOzQi-sakMZ-fJ_ZDo-17" edge="1" parent="WIyWlLk6GJQsqaUBKTNV-1" source="jgOOzQi-sakMZ-fJ_ZDo-8" style="edgeStyle=orthogonalEdgeStyle;rounded=0;orthogonalLoop=1;jettySize=auto;html=1;dashed=1;endArrow=block;endFill=0;endSize=12;" target="87FmYJl_rebG3nU3hTez-22">
+           <mxGeometry relative="1" as="geometry">
+             <Array as="points">
+               <mxPoint x="25" y="335.5" />
+               <mxPoint x="25" y="335.5" />
+             </Array>
+           </mxGeometry>
+         </mxCell>
+         <mxCell id="jgOOzQi-sakMZ-fJ_ZDo-8" parent="WIyWlLk6GJQsqaUBKTNV-1" style="swimlane;fontStyle=0;align=center;verticalAlign=top;childLayout=stackLayout;horizontal=1;startSize=26;horizontalStack=0;resizeParent=1;resizeLast=0;collapsible=1;marginBottom=0;rounded=0;shadow=0;strokeWidth=1;" value="Driver" vertex="1">
+           <mxGeometry height="138" width="230" x="-90" y="200" as="geometry">
+             <mxRectangle height="26" width="160" x="130" y="380" as="alternateBounds" />
+           </mxGeometry>
+         </mxCell>
+         <mxCell id="jgOOzQi-sakMZ-fJ_ZDo-25" parent="jgOOzQi-sakMZ-fJ_ZDo-8" style="text;align=left;verticalAlign=top;spacingLeft=4;spacingRight=4;overflow=hidden;rotatable=0;points=[[0,0.5],[1,0.5]];portConstraint=eastwest;fontStyle=0" value="- Vehicule: vehicle" vertex="1">
+           <mxGeometry height="26" width="230" y="26" as="geometry" />
+         </mxCell>
+         <mxCell id="jgOOzQi-sakMZ-fJ_ZDo-9" parent="jgOOzQi-sakMZ-fJ_ZDo-8" style="line;html=1;strokeWidth=1;align=left;verticalAlign=middle;spacingTop=-1;spacingLeft=3;spacingRight=3;rotatable=0;labelPosition=right;points=[];portConstraint=eastwest;" value="" vertex="1">
+           <mxGeometry height="8" width="230" y="52" as="geometry" />
+         </mxCell>
+         <mxCell id="jgOOzQi-sakMZ-fJ_ZDo-22" parent="jgOOzQi-sakMZ-fJ_ZDo-8" style="text;strokeColor=none;fillColor=none;align=left;verticalAlign=top;spacingLeft=4;spacingRight=4;overflow=hidden;rotatable=0;points=[[0,0.5],[1,0.5]];portConstraint=eastwest;whiteSpace=wrap;html=1;" value="+ createOrder(): void" vertex="1">
+           <mxGeometry height="26" width="230" y="60" as="geometry" />
+         </mxCell>
+         <mxCell id="jgOOzQi-sakMZ-fJ_ZDo-23" parent="jgOOzQi-sakMZ-fJ_ZDo-8" style="text;strokeColor=none;fillColor=none;align=left;verticalAlign=top;spacingLeft=4;spacingRight=4;overflow=hidden;rotatable=0;points=[[0,0.5],[1,0.5]];portConstraint=eastwest;whiteSpace=wrap;html=1;" value="+ calculateFee(double distance): decimal" vertex="1">
+           <mxGeometry height="26" width="230" y="86" as="geometry" />
+         </mxCell>
+         <mxCell id="jgOOzQi-sakMZ-fJ_ZDo-24" parent="jgOOzQi-sakMZ-fJ_ZDo-8" style="text;strokeColor=none;fillColor=none;align=left;verticalAlign=top;spacingLeft=4;spacingRight=4;overflow=hidden;rotatable=0;points=[[0,0.5],[1,0.5]];portConstraint=eastwest;whiteSpace=wrap;html=1;" value="+ modifyUser(): User" vertex="1">
+           <mxGeometry height="26" width="230" y="112" as="geometry" />
+         </mxCell>
+         <mxCell id="jgOOzQi-sakMZ-fJ_ZDo-11" edge="1" parent="WIyWlLk6GJQsqaUBKTNV-1" source="jgOOzQi-sakMZ-fJ_ZDo-8" style="edgeStyle=orthogonalEdgeStyle;rounded=0;orthogonalLoop=1;jettySize=auto;html=1;endArrow=block;endFill=0;endSize=12;" target="87FmYJl_rebG3nU3hTez-30">
+           <mxGeometry relative="1" as="geometry">
+             <Array as="points">
+               <mxPoint x="25" y="150" />
+               <mxPoint x="25" y="150" />
+             </Array>
+             <mxPoint x="-140" y="317" as="sourcePoint" />
+             <mxPoint x="65" y="200" as="targetPoint" />
+           </mxGeometry>
+         </mxCell>
+         <mxCell id="jgOOzQi-sakMZ-fJ_ZDo-15" edge="1" parent="WIyWlLk6GJQsqaUBKTNV-1" source="jgOOzQi-sakMZ-fJ_ZDo-12" style="edgeStyle=orthogonalEdgeStyle;rounded=0;orthogonalLoop=1;jettySize=auto;html=1;endSize=12;endArrow=block;endFill=0;" target="87FmYJl_rebG3nU3hTez-30">
+           <mxGeometry relative="1" as="geometry">
+             <Array as="points">
+               <mxPoint x="255" y="180" />
+               <mxPoint x="25" y="180" />
+             </Array>
+           </mxGeometry>
+         </mxCell>
+         <mxCell id="jgOOzQi-sakMZ-fJ_ZDo-18" edge="1" parent="WIyWlLk6GJQsqaUBKTNV-1" source="jgOOzQi-sakMZ-fJ_ZDo-12" style="edgeStyle=orthogonalEdgeStyle;rounded=0;orthogonalLoop=1;jettySize=auto;html=1;endSize=12;endArrow=block;endFill=0;dashed=1;" target="87FmYJl_rebG3nU3hTez-26">
+           <mxGeometry relative="1" as="geometry" />
+         </mxCell>
+         <mxCell id="jgOOzQi-sakMZ-fJ_ZDo-12" parent="WIyWlLk6GJQsqaUBKTNV-1" style="swimlane;fontStyle=0;align=center;verticalAlign=top;childLayout=stackLayout;horizontal=1;startSize=26;horizontalStack=0;resizeParent=1;resizeLast=0;collapsible=1;marginBottom=0;rounded=0;shadow=0;strokeWidth=1;" value="Passenger" vertex="1">
+           <mxGeometry height="60" width="160" x="175" y="200" as="geometry">
+             <mxRectangle height="26" width="160" x="130" y="380" as="alternateBounds" />
+           </mxGeometry>
+         </mxCell>
+         <mxCell id="jgOOzQi-sakMZ-fJ_ZDo-13" parent="jgOOzQi-sakMZ-fJ_ZDo-12" style="line;html=1;strokeWidth=1;align=left;verticalAlign=middle;spacingTop=-1;spacingLeft=3;spacingRight=3;rotatable=0;labelPosition=right;points=[];portConstraint=eastwest;" value="" vertex="1">
+           <mxGeometry height="8" width="160" y="26" as="geometry" />
+         </mxCell>
+         <mxCell id="jgOOzQi-sakMZ-fJ_ZDo-27" parent="jgOOzQi-sakMZ-fJ_ZDo-12" style="text;strokeColor=none;fillColor=none;align=left;verticalAlign=top;spacingLeft=4;spacingRight=4;overflow=hidden;rotatable=0;points=[[0,0.5],[1,0.5]];portConstraint=eastwest;whiteSpace=wrap;html=1;" value="+ createOrder(): DriveOrder" vertex="1">
+           <mxGeometry height="26" width="160" y="34" as="geometry" />
+         </mxCell>
+         <mxCell id="jgOOzQi-sakMZ-fJ_ZDo-44" edge="1" parent="WIyWlLk6GJQsqaUBKTNV-1" source="zkfFHV4jXpPFQw0GAbJ--14" style="edgeStyle=orthogonalEdgeStyle;rounded=0;orthogonalLoop=1;jettySize=auto;html=1;endSize=12;endArrow=none;endFill=0;" target="87FmYJl_rebG3nU3hTez-37">
+           <mxGeometry relative="1" as="geometry" />
+         </mxCell>
+         <mxCell id="jgOOzQi-sakMZ-fJ_ZDo-46" connectable="0" parent="jgOOzQi-sakMZ-fJ_ZDo-44" style="edgeLabel;html=1;align=center;verticalAlign=middle;resizable=0;points=[];" value="1:1" vertex="1">
+           <mxGeometry relative="1" x="0.1914" as="geometry">
+             <mxPoint x="-5" as="offset" />
+           </mxGeometry>
        </mxCell>
      </root>
    </mxGraphModel>
  </diagram>
</mxfile>
